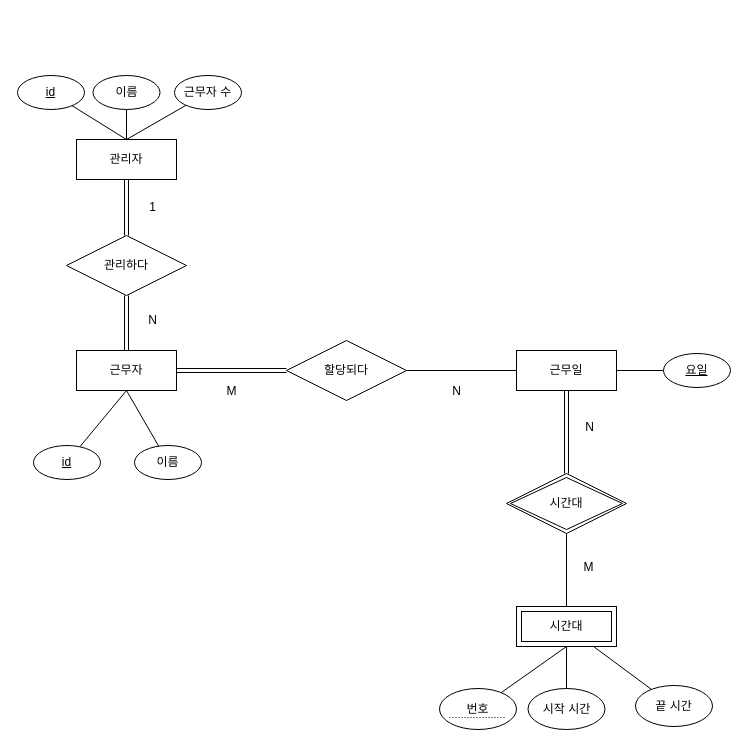
Above: DBStudio/DBStudio_Ass8_Schedule.drawio in cobinding/draw.io_collection (draw.io), before the change. Source tidied: cells renumbered, new cells numbered last; positions are measured from the earlier drawing's top-left corner, leaving out a move shared by most shapes. Both pictures are drawn from the tidied source at 100%, with x=0, y=0 at pixel (17, 75).
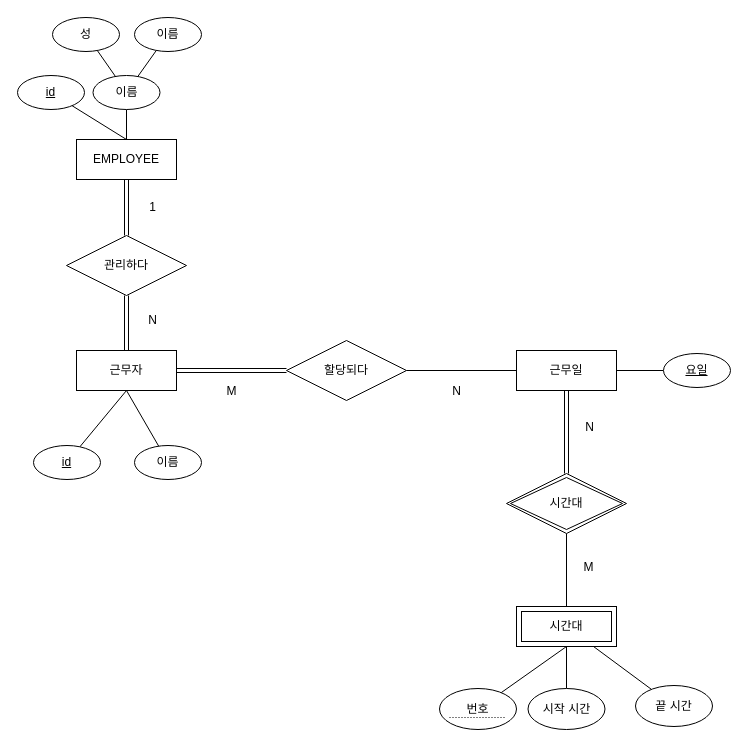
The same diagram, later.

The change refers to these unchanged cells:
```xml
<mxCell id="22" value="이름" style="ellipse;whiteSpace=wrap;html=1;align=center;" parent="1" vertex="1">
  <mxGeometry x="75.5" width="67" height="34" as="geometry" />
</mxCell>
```

What changed in the source:
```diff
@@
-    <mxCell id="3" value="관리자" style="whiteSpace=wrap;html=1;align=center;" parent="1" vertex="1">
+    <mxCell id="3" value="EMPLOYEE" style="whiteSpace=wrap;html=1;align=center;" parent="1" vertex="1">
       <mxGeometry x="59" y="64" width="100" height="40" as="geometry" />
     </mxCell>
@@
-    <mxCell id="27" style="rounded=0;jettySize=auto;html=1;endArrow=none;endFill=0;entryX=0.5;entryY=0;entryDx=0;entryDy=0;" parent="1" edge="1" source="28" target="3">
-      <mxGeometry relative="1" as="geometry" />
-    </mxCell>
-    <mxCell id="28" value="근무자 수" style="ellipse;whiteSpace=wrap;html=1;align=center;" parent="1" vertex="1">
-      <mxGeometry x="157" width="67" height="34" as="geometry" />
-    </mxCell>
@@
+    <mxCell id="41" style="rounded=0;jettySize=auto;html=1;endArrow=none;endFill=0;" parent="1" edge="1" source="42" target="22">
+      <mxGeometry relative="1" as="geometry" />
+    </mxCell>
+    <mxCell id="42" value="이름" style="ellipse;whiteSpace=wrap;html=1;align=center;" parent="1" vertex="1">
+      <mxGeometry x="117" y="-58" width="67" height="34" as="geometry" />
+    </mxCell>
+    <mxCell id="43" style="rounded=0;jettySize=auto;html=1;endArrow=none;endFill=0;" parent="1" edge="1" source="44" target="22">
+      <mxGeometry relative="1" as="geometry" />
+    </mxCell>
+    <mxCell id="44" value="성" style="ellipse;whiteSpace=wrap;html=1;align=center;" parent="1" vertex="1">
+      <mxGeometry x="35" y="-58" width="67" height="34" as="geometry" />
+    </mxCell>
```
